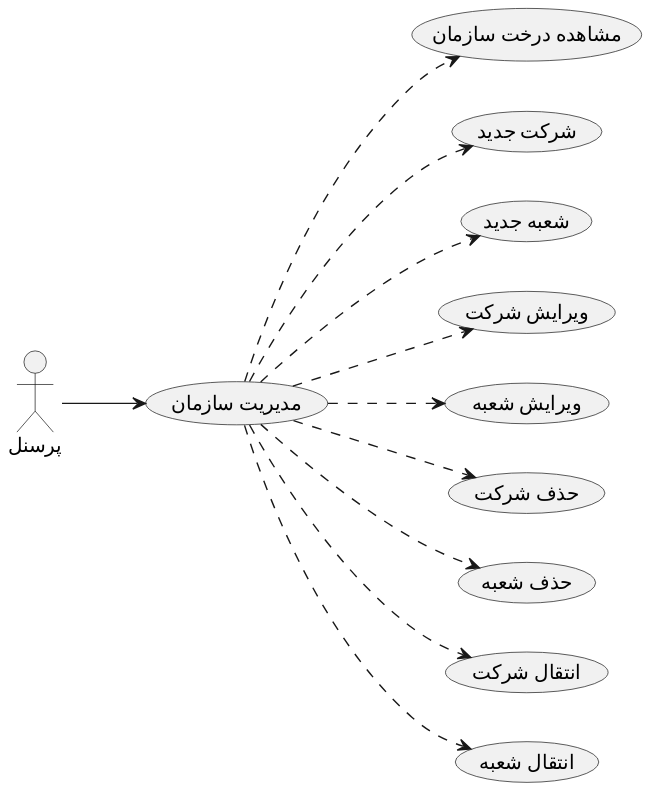
Before: diagrams/organization.svg, a diagram exported from PlantUML (samadelmakchi/docs).
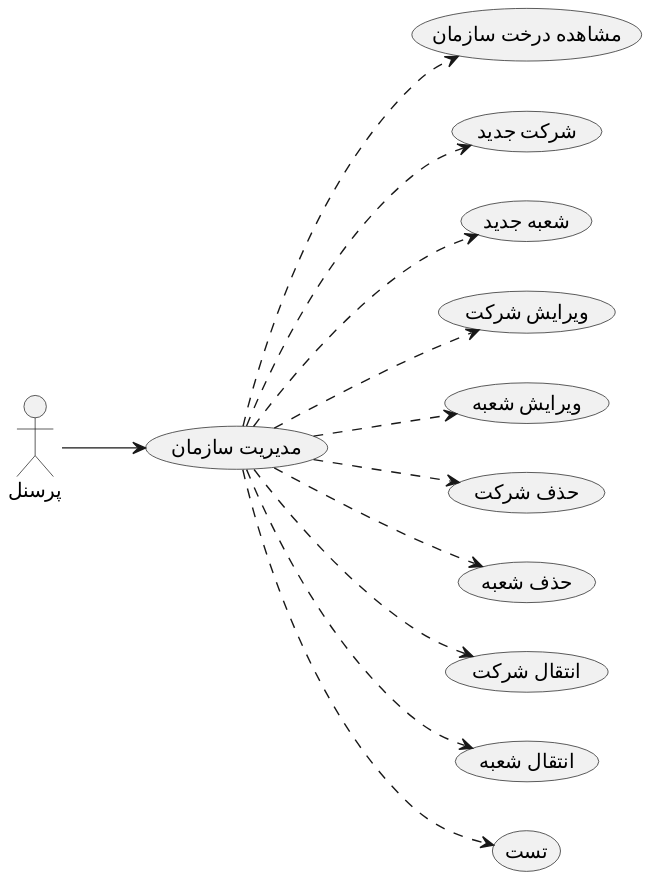
Above is the later version.

Commit message:
Auto-generate PlantUML diagrams [skip ci]

The edit, as a diff of the source:
```diff
@@ -14,6 +14,7 @@
 usecase "حذف شعبه" as UC8
 usecase "انتقال شرکت" as UC9
 usecase "انتقال شعبه" as UC10
+usecase "تست" as UC11
 
 actor1 --> UC1
 UC1 ..> UC2
@@ -25,4 +26,5 @@
 UC1 ..> UC8
 UC1 ..> UC9
 UC1 ..> UC10
+UC1 ..> UC11
 @enduml
```
